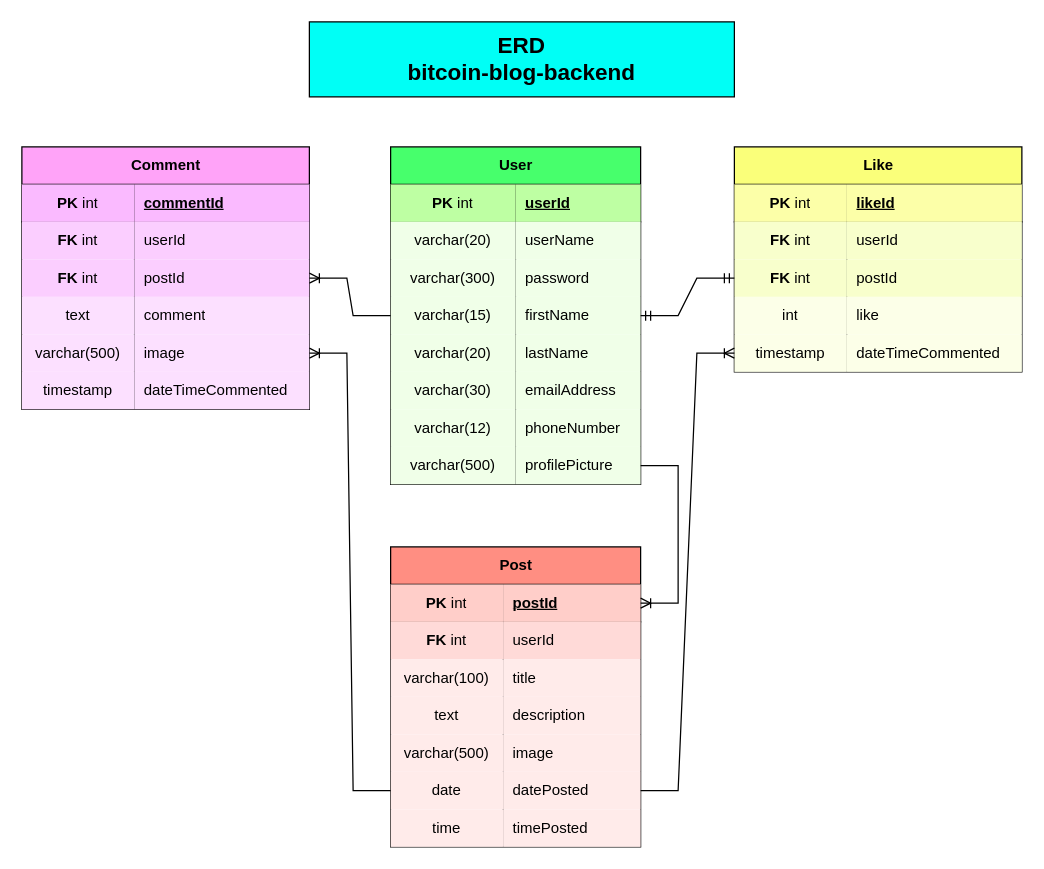
The draw.io diagram Untitled Diagram.drawio in harrygould/bitcoin-blog-backend, before the edit. Source tidied: cells renumbered, new cells numbered last; positions are measured from the earlier drawing's top-left corner, leaving out a move shared by most shapes. Both pictures are drawn from the tidied source at 125%, with x=0, y=0 at pixel (-166, 21).
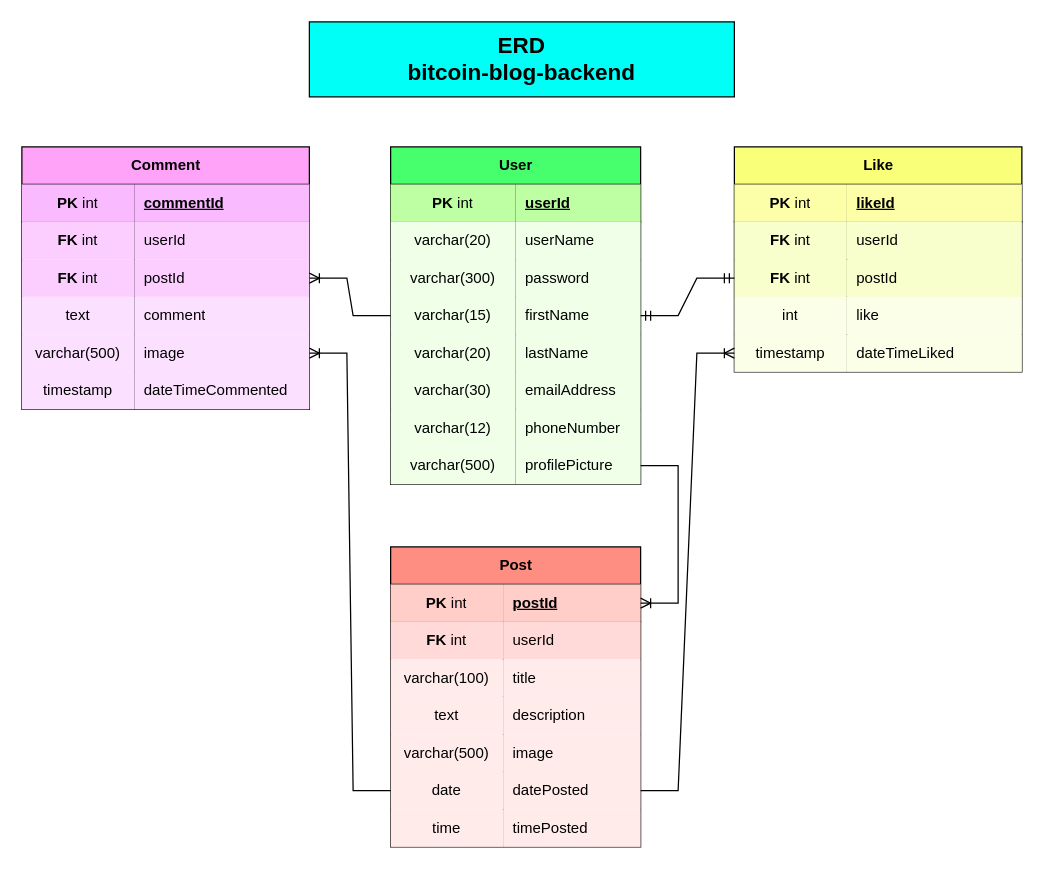
The same page after the edit.

The change refers to these unchanged cells:
```xml
<mxCell id="81" style="shape=tableRow;horizontal=0;startSize=0;swimlaneHead=0;swimlaneBody=0;fillColor=none;points=[[0,0.5],[1,0.5]];portConstraint=eastwest;top=0;left=0;right=0;bottom=0;" parent="68" vertex="1">
  <mxGeometry y="150" width="230" height="30" as="geometry" />
</mxCell>
```

What changed in the source:
```diff
@@
-    <mxCell id="83" value="dateTimeCommented" style="shape=partialRectangle;fillColor=#FCFFE8;top=0;left=0;bottom=0;right=0;align=left;spacingLeft=6;overflow=hidden;whiteSpace=wrap;html=1;" parent="81" vertex="1">
+    <mxCell id="83" value="dateTimeLiked" style="shape=partialRectangle;fillColor=#FCFFE8;top=0;left=0;bottom=0;right=0;align=left;spacingLeft=6;overflow=hidden;whiteSpace=wrap;html=1;" parent="81" vertex="1">
       <mxGeometry x="90" width="140" height="30" as="geometry" />
     </mxCell>
```
